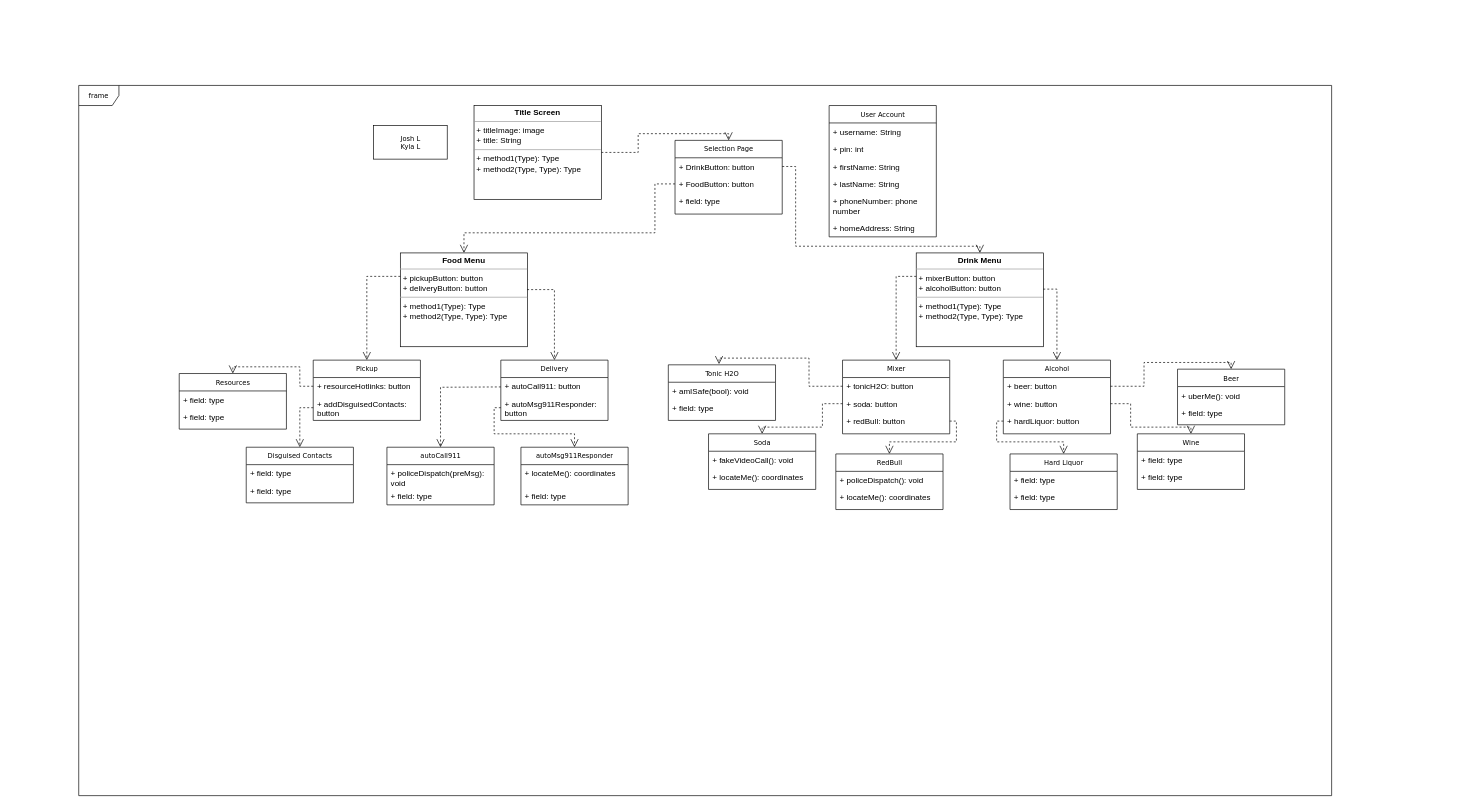
Above: Project Documents/Architecture and Design.drawio in jlavine0/SPAngelasAFDelivery (draw.io), before the change. Source tidied: cells renumbered, new cells numbered last; positions are measured from the earlier drawing's top-left corner, leaving out a move shared by most shapes. Both pictures are drawn from the tidied source at 67%, with x=0, y=0 at pixel (78, 85).
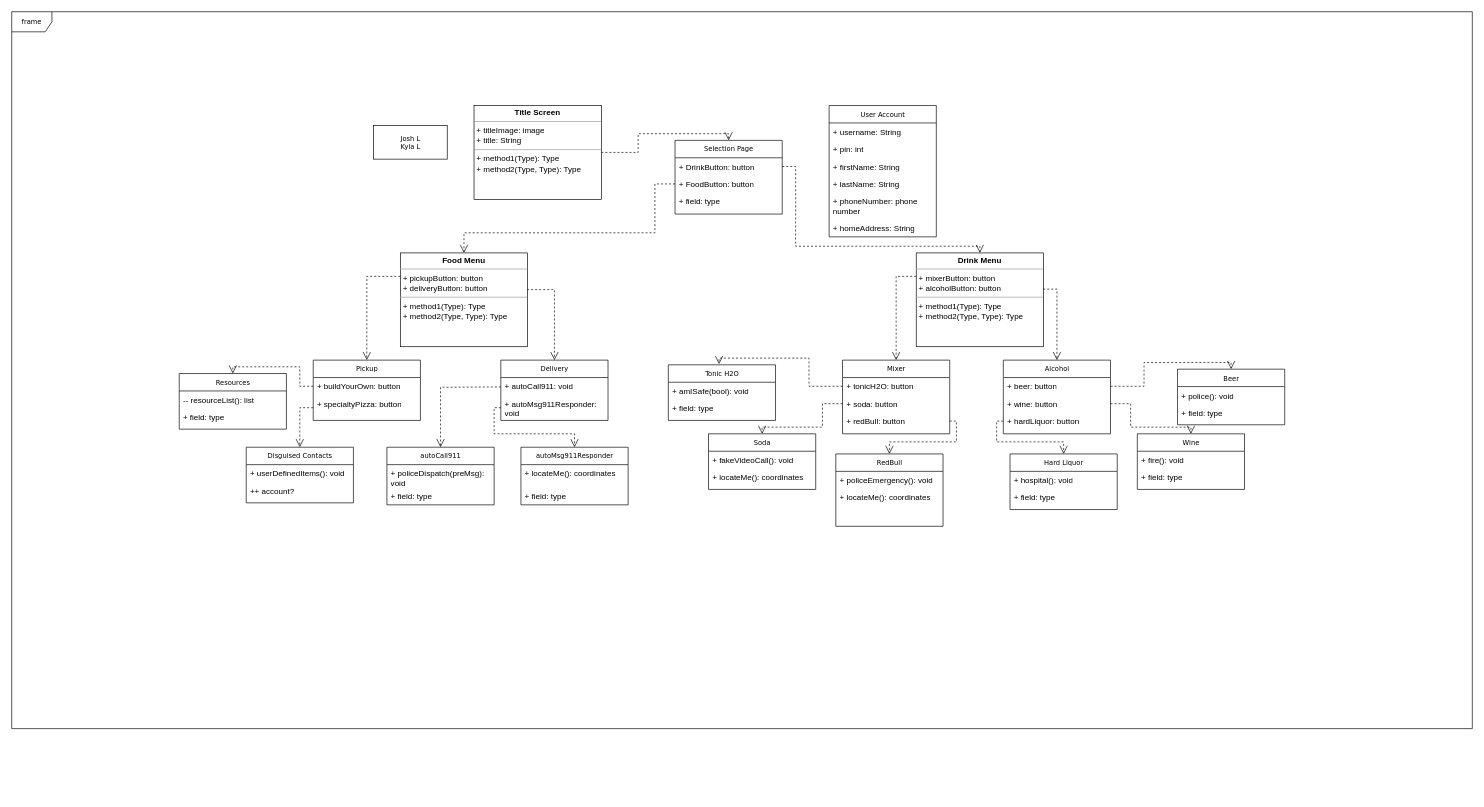
The same diagram, later.

Commit message (it also covers changes not shown here):
Updated Drawing of Menu Architecture

The change refers to these unchanged cells:
```xml
<mxCell id="14" value="Pickup" style="swimlane;html=1;fontStyle=0;horizontal=1;startSize=26;fillColor=none;swimlaneFillColor=#ffffff;rounded=0;shadow=0;comic=0;labelBackgroundColor=none;strokeWidth=1;fontFamily=Verdana;fontSize=10;align=center;" parent="1" vertex="1">
  <mxGeometry x="350" y="410" width="160" height="90" as="geometry" />
</mxCell>
<mxCell id="25" value="Delivery" style="swimlane;html=1;fontStyle=0;horizontal=1;startSize=26;fillColor=none;swimlaneFillColor=#ffffff;rounded=0;shadow=0;comic=0;labelBackgroundColor=none;strokeWidth=1;fontFamily=Verdana;fontSize=10;align=center;" parent="1" vertex="1">
  <mxGeometry x="630" y="410" width="160" height="90" as="geometry" />
</mxCell>
<mxCell id="38" value="Hard Liquor" style="swimlane;html=1;fontStyle=0;horizontal=1;startSize=26;fillColor=none;swimlaneFillColor=#ffffff;rounded=0;shadow=0;comic=0;labelBackgroundColor=none;strokeWidth=1;fontFamily=Verdana;fontSize=10;align=center;" parent="1" vertex="1">
  <mxGeometry x="1390" y="550" width="160" height="83" as="geometry" />
</mxCell>
<mxCell id="47" value="Wine" style="swimlane;html=1;fontStyle=0;horizontal=1;startSize=26;fillColor=none;swimlaneFillColor=#ffffff;rounded=0;shadow=0;comic=0;labelBackgroundColor=none;strokeWidth=1;fontFamily=Verdana;fontSize=10;align=center;" parent="1" vertex="1">
  <mxGeometry x="1580" y="520" width="160" height="83" as="geometry" />
</mxCell>
<mxCell id="50" value="Beer" style="swimlane;html=1;fontStyle=0;horizontal=1;startSize=26;fillColor=none;swimlaneFillColor=#ffffff;rounded=0;shadow=0;comic=0;labelBackgroundColor=none;strokeWidth=1;fontFamily=Verdana;fontSize=10;align=center;" parent="1" vertex="1">
  <mxGeometry x="1640" y="423.5" width="160" height="83" as="geometry" />
</mxCell>
<mxCell id="59" value="Disguised Contacts" style="swimlane;html=1;fontStyle=0;horizontal=1;startSize=26;fillColor=none;swimlaneFillColor=#ffffff;rounded=0;shadow=0;comic=0;labelBackgroundColor=none;strokeWidth=1;fontFamily=Verdana;fontSize=10;align=center;" parent="1" vertex="1">
  <mxGeometry x="250" y="540" width="160" height="83" as="geometry" />
</mxCell>
<mxCell id="62" value="Resources" style="swimlane;html=1;fontStyle=0;horizontal=1;startSize=26;fillColor=none;swimlaneFillColor=#ffffff;rounded=0;shadow=0;comic=0;labelBackgroundColor=none;strokeWidth=1;fontFamily=Verdana;fontSize=10;align=center;" parent="1" vertex="1">
  <mxGeometry x="150" y="430" width="160" height="83" as="geometry" />
</mxCell>
```

Diff of the diagram source:
```diff
@@
     <mxCell id="2" value="frame" style="shape=umlFrame;whiteSpace=wrap;html=1;rounded=0;shadow=0;comic=0;labelBackgroundColor=none;strokeWidth=1;fontFamily=Verdana;fontSize=10;align=center;" parent="1" vertex="1">
-      <mxGeometry width="1870" height="1060" as="geometry" />
+      <mxGeometry x="-100" y="-110" width="2180" height="1070" as="geometry" />
     </mxCell>
@@
-    <mxCell id="15" value="+ resourceHotlinks: button" style="text;html=1;strokeColor=none;fillColor=none;align=left;verticalAlign=top;spacingLeft=4;spacingRight=4;whiteSpace=wrap;overflow=hidden;points=[[0,0.5],[1,0.5]];portConstraint=eastwest;" parent="14" vertex="1">
+    <mxCell id="15" value="+ buildYourOwn: button" style="text;html=1;strokeColor=none;fillColor=none;align=left;verticalAlign=top;spacingLeft=4;spacingRight=4;whiteSpace=wrap;overflow=hidden;points=[[0,0.5],[1,0.5]];portConstraint=eastwest;" parent="14" vertex="1">
       <mxGeometry y="26" width="160" height="26" as="geometry" />
     </mxCell>
-    <mxCell id="16" value="+ addDisguisedContacts: button" style="text;html=1;strokeColor=none;fillColor=none;align=left;verticalAlign=top;spacingLeft=4;spacingRight=4;whiteSpace=wrap;overflow=hidden;points=[[0,0.5],[1,0.5]];portConstraint=eastwest;" parent="14" vertex="1">
+    <mxCell id="16" value="+ specialtyPizza: button" style="text;html=1;strokeColor=none;fillColor=none;align=left;verticalAlign=top;spacingLeft=4;spacingRight=4;whiteSpace=wrap;overflow=hidden;points=[[0,0.5],[1,0.5]];portConstraint=eastwest;" parent="14" vertex="1">
       <mxGeometry y="52" width="160" height="38" as="geometry" />
     </mxCell>
@@
-    <mxCell id="26" value="+ autoCall911: button" style="text;html=1;strokeColor=none;fillColor=none;align=left;verticalAlign=top;spacingLeft=4;spacingRight=4;whiteSpace=wrap;overflow=hidden;" parent="25" vertex="1">
+    <mxCell id="26" value="+ autoCall911: void" style="text;html=1;strokeColor=none;fillColor=none;align=left;verticalAlign=top;spacingLeft=4;spacingRight=4;whiteSpace=wrap;overflow=hidden;" parent="25" vertex="1">
       <mxGeometry y="26" width="160" height="26" as="geometry" />
     </mxCell>
-    <mxCell id="27" value="+ autoMsg911Responder: button" style="text;html=1;strokeColor=none;fillColor=none;align=left;verticalAlign=top;spacingLeft=4;spacingRight=4;whiteSpace=wrap;overflow=hidden;points=[[0,0.5],[1,0.5]];portConstraint=eastwest;" parent="25" vertex="1">
+    <mxCell id="27" value="+ autoMsg911Responder: void" style="text;html=1;strokeColor=none;fillColor=none;align=left;verticalAlign=top;spacingLeft=4;spacingRight=4;whiteSpace=wrap;overflow=hidden;points=[[0,0.5],[1,0.5]];portConstraint=eastwest;" parent="25" vertex="1">
       <mxGeometry y="52" width="160" height="38" as="geometry" />
     </mxCell>
@@
-    <mxCell id="39" value="+ field: type" style="text;html=1;strokeColor=none;fillColor=none;align=left;verticalAlign=top;spacingLeft=4;spacingRight=4;whiteSpace=wrap;overflow=hidden;" parent="38" vertex="1">
+    <mxCell id="39" value="+ hospital(): void" style="text;html=1;strokeColor=none;fillColor=none;align=left;verticalAlign=top;spacingLeft=4;spacingRight=4;whiteSpace=wrap;overflow=hidden;" parent="38" vertex="1">
       <mxGeometry y="26" width="160" height="26" as="geometry" />
     </mxCell>
@@
     <mxCell id="44" value="RedBull" style="swimlane;html=1;fontStyle=0;horizontal=1;startSize=26;fillColor=none;swimlaneFillColor=#ffffff;rounded=0;shadow=0;comic=0;labelBackgroundColor=none;strokeWidth=1;fontFamily=Verdana;fontSize=10;align=center;" parent="1" vertex="1">
-      <mxGeometry x="1130" y="550" width="160" height="83" as="geometry" />
+      <mxGeometry x="1130" y="550" width="160" height="108" as="geometry" />
     </mxCell>
-    <mxCell id="45" value="+ policeDispatch(): void" style="text;html=1;strokeColor=none;fillColor=none;align=left;verticalAlign=top;spacingLeft=4;spacingRight=4;whiteSpace=wrap;overflow=hidden;" parent="44" vertex="1">
+    <mxCell id="45" value="+ policeEmergency(): void" style="text;html=1;strokeColor=none;fillColor=none;align=left;verticalAlign=top;spacingLeft=4;spacingRight=4;whiteSpace=wrap;overflow=hidden;" parent="44" vertex="1">
       <mxGeometry y="26" width="160" height="26" as="geometry" />
     </mxCell>
@@
-    <mxCell id="48" value="+ field: type" style="text;html=1;strokeColor=none;fillColor=none;align=left;verticalAlign=top;spacingLeft=4;spacingRight=4;whiteSpace=wrap;overflow=hidden;" parent="47" vertex="1">
+    <mxCell id="48" value="+ fire(): void" style="text;html=1;strokeColor=none;fillColor=none;align=left;verticalAlign=top;spacingLeft=4;spacingRight=4;whiteSpace=wrap;overflow=hidden;" parent="47" vertex="1">
       <mxGeometry y="26" width="160" height="26" as="geometry" />
     </mxCell>
@@
-    <mxCell id="51" value="+ uberMe(): void" style="text;html=1;strokeColor=none;fillColor=none;align=left;verticalAlign=top;spacingLeft=4;spacingRight=4;whiteSpace=wrap;overflow=hidden;" parent="50" vertex="1">
+    <mxCell id="51" value="+ police(): void" style="text;html=1;strokeColor=none;fillColor=none;align=left;verticalAlign=top;spacingLeft=4;spacingRight=4;whiteSpace=wrap;overflow=hidden;" parent="50" vertex="1">
       <mxGeometry y="26" width="160" height="26" as="geometry" />
     </mxCell>
@@
-    <mxCell id="60" value="+ field: type" style="text;html=1;strokeColor=none;fillColor=none;align=left;verticalAlign=top;spacingLeft=4;spacingRight=4;whiteSpace=wrap;overflow=hidden;" parent="59" vertex="1">
+    <mxCell id="60" value="+ userDefinedItems(): void" style="text;html=1;strokeColor=none;fillColor=none;align=left;verticalAlign=top;spacingLeft=4;spacingRight=4;whiteSpace=wrap;overflow=hidden;" parent="59" vertex="1">
       <mxGeometry y="26" width="160" height="26" as="geometry" />
     </mxCell>
-    <mxCell id="61" value="+ field: type" style="text;html=1;strokeColor=none;fillColor=none;align=left;verticalAlign=top;spacingLeft=4;spacingRight=4;whiteSpace=wrap;overflow=hidden;" parent="59" vertex="1">
+    <mxCell id="61" value="++ account?" style="text;html=1;strokeColor=none;fillColor=none;align=left;verticalAlign=top;spacingLeft=4;spacingRight=4;whiteSpace=wrap;overflow=hidden;" parent="59" vertex="1">
       <mxGeometry y="52" width="160" height="26" as="geometry" />
     </mxCell>
@@
-    <mxCell id="63" value="+ field: type" style="text;html=1;strokeColor=none;fillColor=none;align=left;verticalAlign=top;spacingLeft=4;spacingRight=4;whiteSpace=wrap;overflow=hidden;" parent="62" vertex="1">
+    <mxCell id="63" value="-- resourceList(): list" style="text;html=1;strokeColor=none;fillColor=none;align=left;verticalAlign=top;spacingLeft=4;spacingRight=4;whiteSpace=wrap;overflow=hidden;" parent="62" vertex="1">
       <mxGeometry y="26" width="160" height="26" as="geometry" />
     </mxCell>
```
